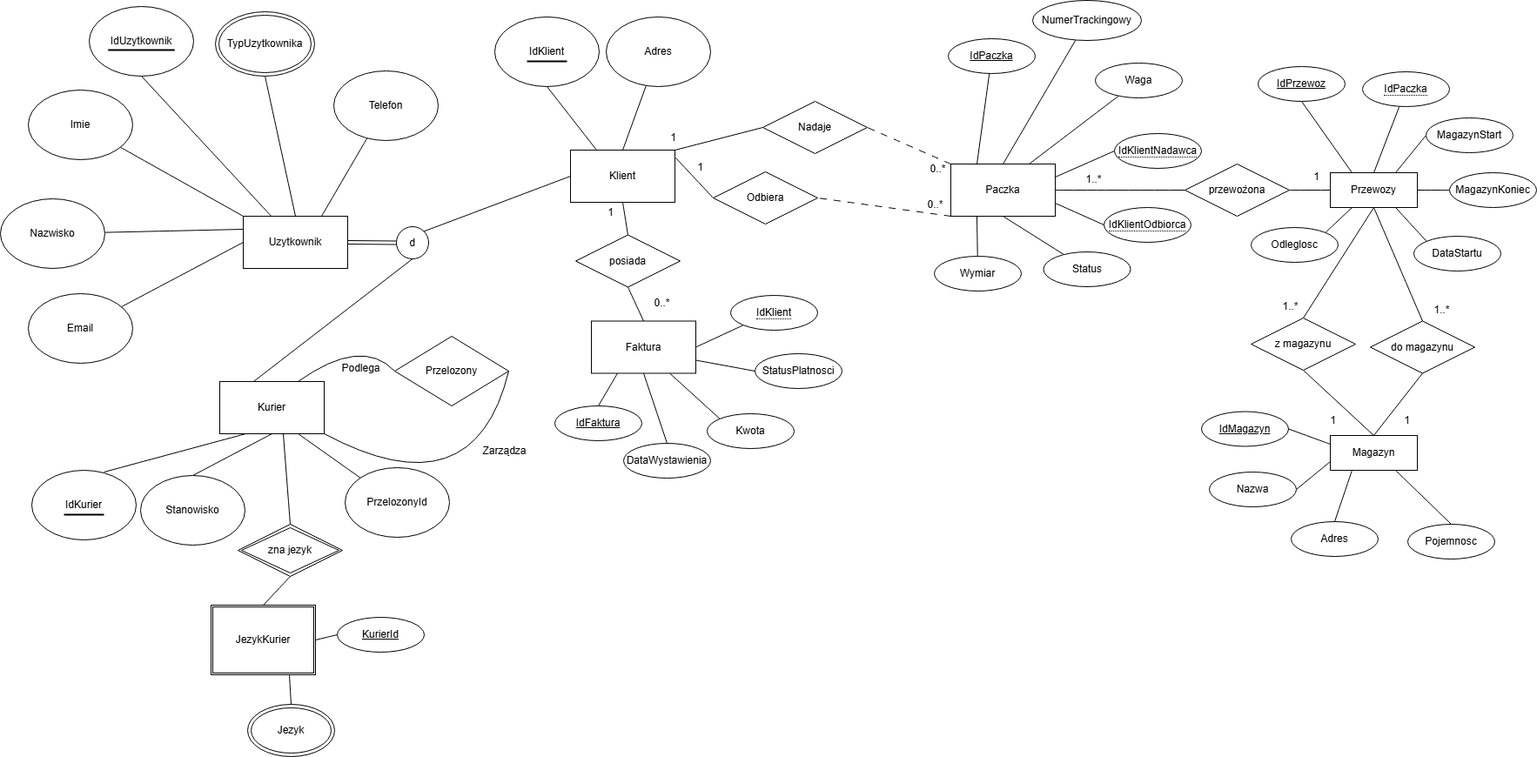
Above: chen.drawio.png in Maruda111/P.Bazy (draw.io), before the change. Source tidied: cells renumbered, new cells last; positions are measured from the earlier drawing's top-left corner, leaving out a move shared by most shapes.
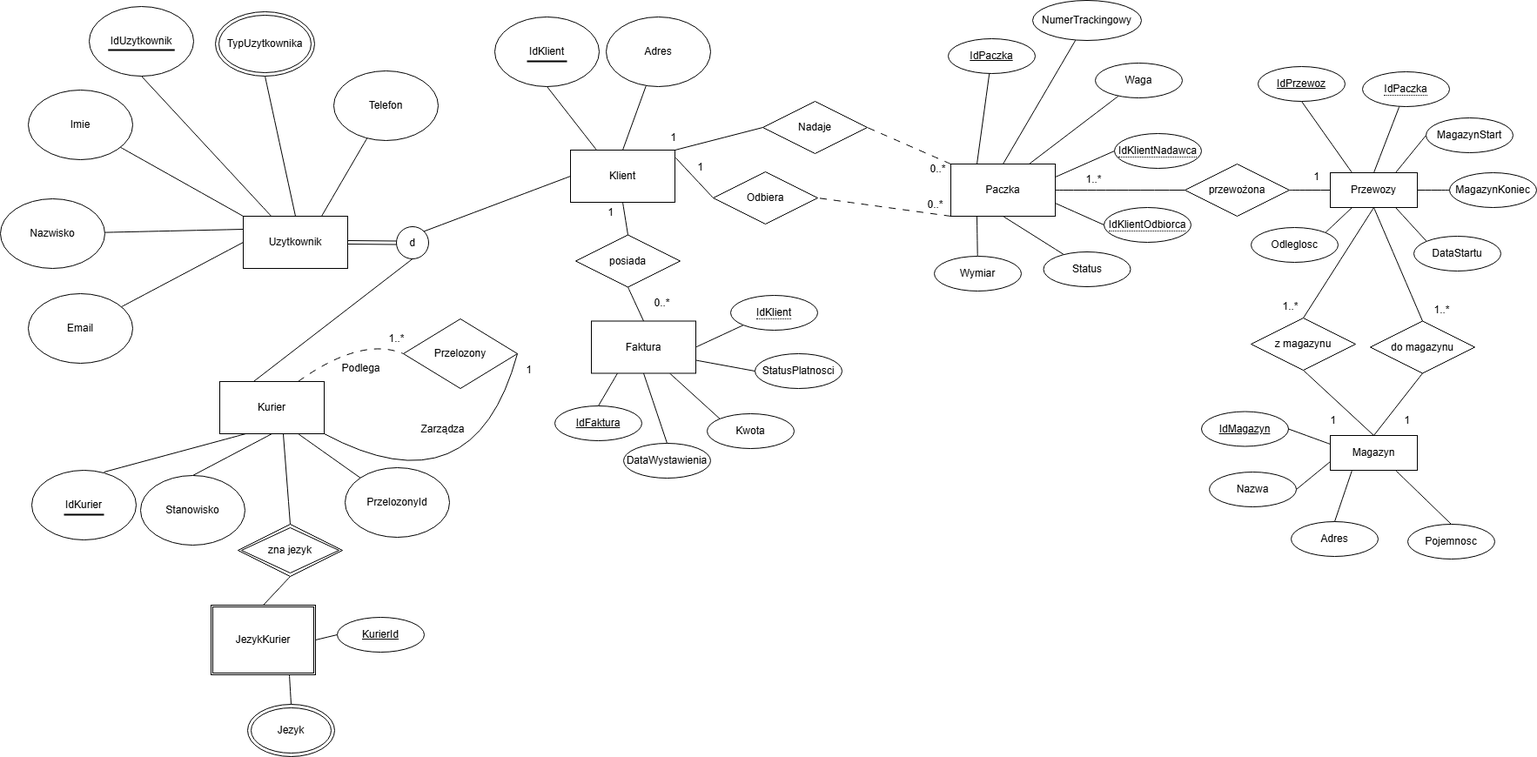
The same diagram one commit later.

What changed in the source:
```diff
@@ -50,7 +50,7 @@
     <mxCell id="17" style="edgeStyle=none;shape=connector;curved=1;rounded=0;jettySize=auto;html=1;exitX=0.75;exitY=1;exitDx=0;exitDy=0;entryX=0;entryY=0;entryDx=0;entryDy=0;strokeColor=default;align=center;verticalAlign=middle;fontFamily=Helvetica;fontSize=12;fontColor=default;labelBackgroundColor=default;startSize=8;endArrow=none;endFill=0;endSize=8;" parent="1" edge="1" source="19" target="30">
       <mxGeometry relative="1" as="geometry" />
     </mxCell>
-    <mxCell id="18" style="edgeStyle=none;shape=connector;curved=1;rounded=0;jettySize=auto;html=1;exitX=0.75;exitY=0;exitDx=0;exitDy=0;entryX=0;entryY=0.5;entryDx=0;entryDy=0;strokeColor=default;align=center;verticalAlign=middle;fontFamily=Helvetica;fontSize=12;fontColor=default;labelBackgroundColor=default;startSize=8;endArrow=none;endFill=0;endSize=8;" parent="1" edge="1" source="19" target="32">
+    <mxCell id="18" style="edgeStyle=none;shape=connector;curved=1;rounded=0;jettySize=auto;html=1;exitX=0.75;exitY=0;exitDx=0;exitDy=0;entryX=0;entryY=0.5;entryDx=0;entryDy=0;strokeColor=default;align=center;verticalAlign=middle;fontFamily=Helvetica;fontSize=12;fontColor=default;labelBackgroundColor=default;startSize=8;endArrow=none;endFill=0;endSize=8;dashed=1;dashPattern=8 8;" parent="1" edge="1" source="19" target="32">
       <mxGeometry relative="1" as="geometry">
         <Array as="points">
           <mxPoint x="415" y="386" />
@@ -101,13 +101,13 @@
       </mxGeometry>
     </mxCell>
     <mxCell id="32" value="Przelozony" style="rhombus;whiteSpace=wrap;html=1;fontFamily=Helvetica;fontSize=12;fontColor=default;labelBackgroundColor=default;" parent="1" vertex="1">
-      <mxGeometry x="453" y="386" width="131" height="80" as="geometry" />
+      <mxGeometry x="463" y="366" width="131" height="80" as="geometry" />
     </mxCell>
     <mxCell id="33" value="Podlega" style="text;html=1;align=center;verticalAlign=middle;strokeColor=none;fillColor=none;fontSize=12;fontFamily=Helvetica;fontColor=default;labelBackgroundColor=default;" parent="1" vertex="1">
       <mxGeometry x="383" y="410" width="62" height="26" as="geometry" />
     </mxCell>
     <mxCell id="34" value="Zarządza" style="text;html=1;align=center;verticalAlign=middle;strokeColor=none;fillColor=none;fontSize=12;fontFamily=Helvetica;fontColor=default;labelBackgroundColor=default;" parent="1" vertex="1">
-      <mxGeometry x="545" y="505" width="68" height="26" as="geometry" />
+      <mxGeometry x="474" y="479.5" width="68" height="26" as="geometry" />
     </mxCell>
     <mxCell id="35" style="shape=link;html=1;rounded=0;strokeColor=default;align=center;verticalAlign=middle;fontFamily=Helvetica;fontSize=12;fontColor=default;labelBackgroundColor=default;edgeStyle=none;startSize=8;endArrow=none;endFill=0;endSize=8;curved=1;exitX=1;exitY=0.5;exitDx=0;exitDy=0;entryX=0;entryY=0.5;entryDx=0;entryDy=0;" parent="1" edge="1" source="3" target="25">
       <mxGeometry relative="1" as="geometry" />
@@ -379,5 +379,11 @@
     <mxCell id="124" value="StatusPlatnosci" style="ellipse;whiteSpace=wrap;html=1;align=center;fontFamily=Helvetica;fontSize=12;fontColor=default;labelBackgroundColor=default;" parent="1" vertex="1">
       <mxGeometry x="867" y="406" width="100" height="40" as="geometry" />
     </mxCell>
+    <mxCell id="125" value="1..*" style="text;html=1;align=center;verticalAlign=middle;strokeColor=none;fillColor=none;fontSize=12;fontFamily=Helvetica;fontColor=default;labelBackgroundColor=default;" parent="1" vertex="1">
+      <mxGeometry x="437" y="376" width="36" height="26" as="geometry" />
+    </mxCell>
+    <mxCell id="126" value="1" style="text;html=1;align=center;verticalAlign=middle;strokeColor=none;fillColor=none;" parent="1" vertex="1">
+      <mxGeometry x="594" y="412" width="25" height="26" as="geometry" />
+    </mxCell>
   </root>
 </mxGraphModel>
```
